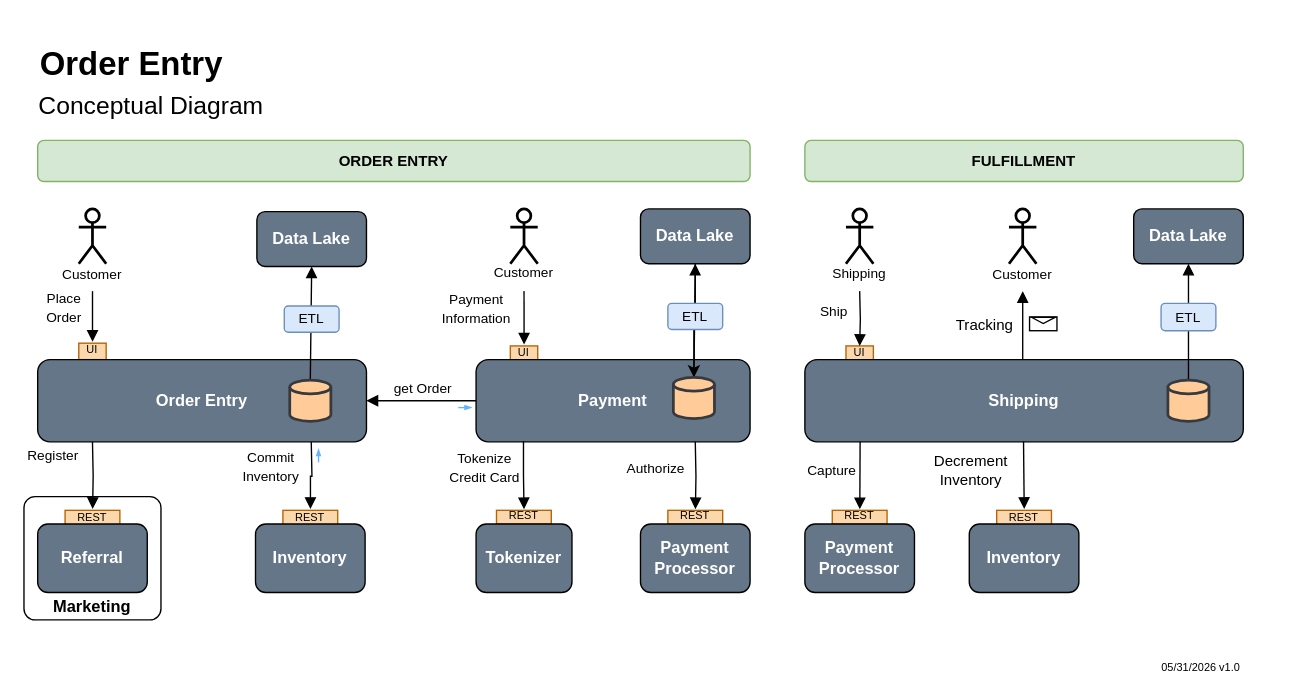
The draw.io diagram page "Order Entry" (5 of 6) of story telling.drawio in Hieronymu5/conceptual, before the edit. Source tidied: cells renumbered, new cells numbered last; positions are measured from the earlier drawing's top-left corner, leaving out a move shared by most shapes. Both pictures are drawn from the tidied source at 137%, with x=0, y=0 at pixel (23, 44).
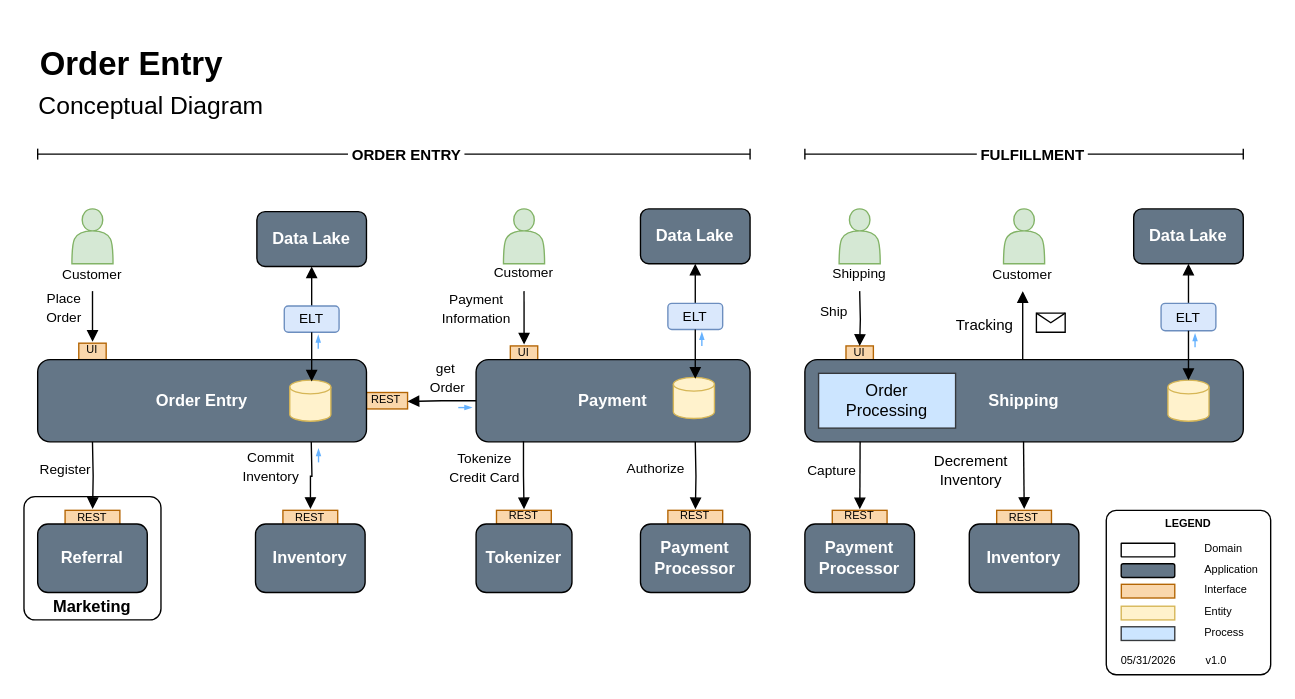
After the change.

The change refers to these unchanged cells:
```xml
<mxCell id="3" style="edgeStyle=orthogonalEdgeStyle;rounded=0;jettySize=auto;html=1;endArrow=block;endFill=1;entryX=0.5;entryY=0;entryDx=0;entryDy=0;" parent="1" edge="1" target="7">
  <mxGeometry relative="1" as="geometry">
    <mxPoint x="50" y="290" as="sourcePoint" />
  </mxGeometry>
</mxCell>
<mxCell id="27" value="&lt;b&gt;Order Entry&lt;/b&gt;" style="rounded=1;whiteSpace=wrap;html=1;fillColor=#647687;strokeColor=#000000;fontColor=#ffffff;glass=0;shadow=0;" parent="1" vertex="1">
  <mxGeometry x="10" y="230" width="240" height="60" as="geometry" />
</mxCell>
<mxCell id="28" value="&lt;b&gt;Payment&lt;/b&gt;" style="rounded=1;whiteSpace=wrap;html=1;fillColor=#647687;strokeColor=#000000;fontColor=#ffffff;glass=0;shadow=0;" parent="1" vertex="1">
  <mxGeometry x="330" y="230" width="200" height="60" as="geometry" />
</mxCell>
<mxCell id="72" value="&lt;b&gt;Data Lake&lt;/b&gt;" style="rounded=1;whiteSpace=wrap;html=1;fillColor=#647687;strokeColor=#000000;fontColor=#ffffff;glass=0;shadow=0;" parent="1" vertex="1">
  <mxGeometry x="810" y="120" width="80" height="40" as="geometry" />
</mxCell>
<mxCell id="75" value="&lt;b&gt;Data Lake&lt;/b&gt;" style="rounded=1;whiteSpace=wrap;html=1;fillColor=#647687;strokeColor=#000000;fontColor=#ffffff;glass=0;shadow=0;" parent="1" vertex="1">
  <mxGeometry x="170" y="122" width="80" height="40" as="geometry" />
</mxCell>
<mxCell id="87" value="&lt;b&gt;Data Lake&lt;/b&gt;" style="rounded=1;whiteSpace=wrap;html=1;fillColor=#647687;strokeColor=#000000;fontColor=#ffffff;glass=0;shadow=0;" parent="1" vertex="1">
  <mxGeometry x="450" y="120" width="80" height="40" as="geometry" />
</mxCell>
```

The edit, as a diff of the source:
```diff
@@
+    <mxCell id="94" style="group;" parent="1" vertex="1">
+      <mxGeometry x="249" y="253" width="31" height="13" as="geometry" />
+    </mxCell>
+    <mxCell id="95" style="rounded=0;whiteSpace=wrap;html=1;fillColor=#fad7ac;strokeColor=#b46504;" parent="94" vertex="1">
+      <mxGeometry x="1" y="1" width="30" height="12" as="geometry" />
+    </mxCell>
+    <mxCell id="96" value="&lt;font style=&quot;line-height: 100%; font-size: 8px;&quot;&gt;REST&lt;/font&gt;" style="text;html=1;whiteSpace=wrap;strokeColor=none;fillColor=none;align=center;verticalAlign=middle;rounded=0;" parent="94" vertex="1">
+      <mxGeometry width="31" height="10" as="geometry" />
+    </mxCell>
@@
     <mxCell id="4" value="&lt;font style=&quot;font-size: 10px;&quot;&gt;Register&lt;/font&gt;" style="edgeLabel;html=1;align=center;verticalAlign=middle;" parent="3" vertex="1">
       <mxGeometry x="0.19" y="-1" relative="1" as="geometry">
-        <mxPoint x="-29" y="-19" as="offset" />
+        <mxPoint x="-20" y="-9" as="offset" />
       </mxGeometry>
     </mxCell>
@@
-    <mxCell id="9" style="shape=umlActor;verticalLabelPosition=bottom;verticalAlign=top;html=1;strokeWidth=2;shadow=0;" parent="1" vertex="1">
-      <mxGeometry x="40" y="120" width="20" height="40" as="geometry" />
-    </mxCell>
@@
-    <mxCell id="21" style="shape=umlActor;verticalLabelPosition=bottom;verticalAlign=top;html=1;strokeWidth=2;shadow=0;" parent="1" vertex="1">
-      <mxGeometry x="355" y="120" width="20" height="40" as="geometry" />
-    </mxCell>
@@
-    <mxCell id="36" style="edgeStyle=orthogonalEdgeStyle;rounded=0;jettySize=auto;html=1;endArrow=block;endFill=1;entryX=1;entryY=0.5;entryDx=0;entryDy=0;exitX=0;exitY=0.5;exitDx=0;exitDy=0;" parent="1" edge="1" source="28" target="27">
+    <mxCell id="36" style="edgeStyle=orthogonalEdgeStyle;rounded=0;jettySize=auto;html=1;endArrow=block;endFill=1;entryX=1;entryY=0.75;entryDx=0;entryDy=0;exitX=0;exitY=0.5;exitDx=0;exitDy=0;" parent="1" edge="1" source="28" target="96">
       <mxGeometry relative="1" as="geometry" />
     </mxCell>
-    <mxCell id="37" value="&lt;span style=&quot;font-size: 10px;&quot;&gt;get Order&lt;/span&gt;" style="edgeLabel;html=1;align=center;verticalAlign=middle;" parent="36" vertex="1">
+    <mxCell id="37" value="&lt;span style=&quot;font-size: 10px;&quot;&gt;get&amp;nbsp;&lt;/span&gt;&lt;div&gt;&lt;span style=&quot;font-size: 10px;&quot;&gt;Order&lt;/span&gt;&lt;/div&gt;" style="edgeLabel;html=1;align=center;verticalAlign=middle;" parent="36" vertex="1">
       <mxGeometry x="0.19" y="-1" relative="1" as="geometry">
-        <mxPoint x="8" y="-9" as="offset" />
+        <mxPoint x="8" y="-17" as="offset" />
       </mxGeometry>
     </mxCell>
@@
-    <mxCell id="42" style="shape=umlActor;verticalLabelPosition=bottom;verticalAlign=top;html=1;strokeWidth=2;shadow=0;" parent="1" vertex="1">
-      <mxGeometry x="600" y="120" width="20" height="40" as="geometry" />
-    </mxCell>
@@
-    <mxCell id="44" style="shape=umlActor;verticalLabelPosition=bottom;verticalAlign=top;html=1;strokeWidth=2;shadow=0;" parent="1" vertex="1">
-      <mxGeometry x="719" y="120" width="20" height="40" as="geometry" />
-    </mxCell>
@@
-    <mxCell id="67" style="group;" parent="1" vertex="1">
-      <mxGeometry x="734" y="198.9" width="20" height="10" as="geometry" />
-    </mxCell>
-    <mxCell id="68" style="rounded=0;whiteSpace=wrap;html=1;strokeWidth=1;" parent="67" vertex="1">
-      <mxGeometry width="20" height="10" as="geometry" />
-    </mxCell>
-    <mxCell id="69" style="triangle;whiteSpace=wrap;html=1;strokeWidth=1;rotation=90;" parent="67" vertex="1">
-      <mxGeometry x="7.7" y="-6.1" width="4.6" height="17.2" as="geometry" />
-    </mxCell>
-    <mxCell id="70" value="&lt;b style=&quot;font-size: 11px; white-space: nowrap;&quot;&gt;ORDER ENTRY&lt;/b&gt;" style="rounded=1;whiteSpace=wrap;html=1;fillColor=#d5e8d4;strokeColor=#82b366;" parent="1" vertex="1">
-      <mxGeometry x="10" y="70" width="520" height="30" as="geometry" />
-    </mxCell>
-    <mxCell id="71" value="&lt;b style=&quot;font-size: 11px; white-space: nowrap;&quot;&gt;FULFILLMENT&lt;/b&gt;" style="rounded=1;whiteSpace=wrap;html=1;fillColor=#d5e8d4;strokeColor=#82b366;" parent="1" vertex="1">
-      <mxGeometry x="570" y="70" width="320" height="30" as="geometry" />
-    </mxCell>
@@
-    <mxCell id="73" style="endArrow=block;html=1;rounded=0;exitX=0.5;exitY=0;exitDx=0;exitDy=0;exitPerimeter=0;endFill=1;entryX=0.5;entryY=1;entryDx=0;entryDy=0;" parent="1" edge="1" source="79" target="72">
+    <mxCell id="73" style="endArrow=block;html=1;rounded=0;exitX=0.5;exitY=0;exitDx=0;exitDy=0;endFill=1;entryX=0.5;entryY=1;entryDx=0;entryDy=0;" parent="1" edge="1" source="74" target="72">
       <mxGeometry relative="1" as="geometry" />
     </mxCell>
-    <mxCell id="74" value="&lt;font style=&quot;font-size: 10px;&quot;&gt;ETL&lt;/font&gt;" style="rounded=1;whiteSpace=wrap;html=1;fillColor=#dae8fc;strokeColor=#6c8ebf;" parent="1" vertex="1">
+    <mxCell id="74" value="&lt;span style=&quot;font-size: 10px;&quot;&gt;ELT&lt;/span&gt;" style="rounded=1;whiteSpace=wrap;html=1;fillColor=#dae8fc;strokeColor=#6c8ebf;" parent="1" vertex="1">
       <mxGeometry x="830" y="188.9" width="40" height="20" as="geometry" />
     </mxCell>
@@
-    <mxCell id="76" style="endArrow=block;html=1;rounded=0;exitX=0.5;exitY=0;exitDx=0;exitDy=0;exitPerimeter=0;endFill=1;entryX=0.5;entryY=1;entryDx=0;entryDy=0;" parent="1" edge="1" source="78" target="75">
+    <mxCell id="76" style="endArrow=block;html=1;rounded=0;exitX=0.5;exitY=0;exitDx=0;exitDy=0;endFill=1;entryX=0.5;entryY=1;entryDx=0;entryDy=0;" parent="1" edge="1" source="77" target="75">
       <mxGeometry relative="1" as="geometry" />
     </mxCell>
-    <mxCell id="77" value="&lt;font style=&quot;font-size: 10px;&quot;&gt;ETL&lt;/font&gt;" style="rounded=1;whiteSpace=wrap;html=1;fillColor=#dae8fc;strokeColor=#6c8ebf;" parent="1" vertex="1">
+    <mxCell id="77" value="&lt;font style=&quot;font-size: 10px;&quot;&gt;ELT&lt;/font&gt;" style="rounded=1;whiteSpace=wrap;html=1;fillColor=#dae8fc;strokeColor=#6c8ebf;" parent="1" vertex="1">
       <mxGeometry x="190" y="190.9" width="40" height="19.1" as="geometry" />
     </mxCell>
-    <mxCell id="78" style="strokeWidth=2;html=1;shape=mxgraph.flowchart.database;whiteSpace=wrap;fillColor=#ffcc99;strokeColor=#36393d;" parent="1" vertex="1">
+    <mxCell id="78" style="strokeWidth=1;html=1;shape=mxgraph.flowchart.database;whiteSpace=wrap;fillColor=#fff2cc;strokeColor=#d6b656;gradientColor=none;" parent="1" vertex="1">
       <mxGeometry x="194" y="245" width="30" height="30" as="geometry" />
     </mxCell>
-    <mxCell id="79" style="strokeWidth=2;html=1;shape=mxgraph.flowchart.database;whiteSpace=wrap;fillColor=#ffcc99;strokeColor=#36393d;" parent="1" vertex="1">
+    <mxCell id="79" style="strokeWidth=1;html=1;shape=mxgraph.flowchart.database;whiteSpace=wrap;fillColor=#fff2cc;strokeColor=#d6b656;gradientColor=none;" parent="1" vertex="1">
       <mxGeometry x="835" y="245" width="30" height="30" as="geometry" />
     </mxCell>
@@
-    <mxCell id="86" style="edgeStyle=orthogonalEdgeStyle;rounded=0;jettySize=auto;html=1;" parent="1" edge="1" source="87" target="90">
-      <mxGeometry relative="1" as="geometry" />
-    </mxCell>
@@
-    <mxCell id="88" style="endArrow=block;html=1;rounded=0;exitX=0.5;exitY=0;exitDx=0;exitDy=0;exitPerimeter=0;endFill=1;entryX=0.5;entryY=1;entryDx=0;entryDy=0;" parent="1" edge="1" source="90" target="87">
+    <mxCell id="88" style="endArrow=block;html=1;rounded=0;exitX=0.5;exitY=0;exitDx=0;exitDy=0;endFill=1;entryX=0.5;entryY=1;entryDx=0;entryDy=0;" parent="1" edge="1" source="89" target="87">
       <mxGeometry relative="1" as="geometry" />
     </mxCell>
-    <mxCell id="89" value="&lt;font style=&quot;font-size: 10px;&quot;&gt;ETL&lt;/font&gt;" style="rounded=1;whiteSpace=wrap;html=1;fillColor=#dae8fc;strokeColor=#6c8ebf;" parent="1" vertex="1">
+    <mxCell id="89" value="&lt;span style=&quot;font-size: 10px;&quot;&gt;ELT&lt;/span&gt;" style="rounded=1;whiteSpace=wrap;html=1;fillColor=#dae8fc;strokeColor=#6c8ebf;" parent="1" vertex="1">
       <mxGeometry x="470" y="188.9" width="40" height="19.1" as="geometry" />
     </mxCell>
-    <mxCell id="90" style="strokeWidth=2;html=1;shape=mxgraph.flowchart.database;whiteSpace=wrap;fillColor=#ffcc99;strokeColor=#36393d;" parent="1" vertex="1">
+    <mxCell id="90" style="strokeWidth=1;html=1;shape=mxgraph.flowchart.database;whiteSpace=wrap;fillColor=#fff2cc;strokeColor=#d6b656;gradientColor=none;" parent="1" vertex="1">
       <mxGeometry x="474" y="243" width="30" height="30" as="geometry" />
     </mxCell>
@@
-    <mxCell id="93" value="05/31/2026 v1.0" style="text;html=1;whiteSpace=wrap;strokeColor=none;fillColor=none;align=right;verticalAlign=middle;rounded=0;fontSize=8;" parent="1" vertex="1">
-      <mxGeometry x="820" y="450" width="70" height="10" as="geometry" />
-    </mxCell>
+    <mxCell id="97" value="&lt;div&gt;Order&lt;/div&gt;Processing" style="rounded=0;whiteSpace=wrap;html=1;fillColor=#cce5ff;strokeColor=#36393d;" parent="1" vertex="1">
+      <mxGeometry x="580" y="240" width="100" height="40" as="geometry" />
+    </mxCell>
+    <mxCell id="98" style="endArrow=block;html=1;rounded=0;exitX=0.5;exitY=1;exitDx=0;exitDy=0;endFill=1;entryX=0.5;entryY=0;entryDx=0;entryDy=0;entryPerimeter=0;" parent="1" edge="1" source="74" target="79">
+      <mxGeometry relative="1" as="geometry" />
+    </mxCell>
+    <mxCell id="99" style="endArrow=blockThin;html=1;rounded=0;endFill=1;endSize=3;strokeColor=#66B2FF;" parent="1" edge="1">
+      <mxGeometry relative="1" as="geometry">
+        <mxPoint x="854.8" y="221" as="sourcePoint" />
+        <mxPoint x="854.8" y="211" as="targetPoint" />
+      </mxGeometry>
+    </mxCell>
+    <mxCell id="100" style="endArrow=block;html=1;rounded=0;exitX=0.5;exitY=1;exitDx=0;exitDy=0;endFill=1;entryX=0.5;entryY=0;entryDx=0;entryDy=0;entryPerimeter=0;" parent="1" edge="1">
+      <mxGeometry relative="1" as="geometry">
+        <mxPoint x="490" y="208" as="sourcePoint" />
+        <mxPoint x="490" y="244" as="targetPoint" />
+      </mxGeometry>
+    </mxCell>
+    <mxCell id="101" style="endArrow=blockThin;html=1;rounded=0;endFill=1;endSize=3;strokeColor=#66B2FF;" parent="1" edge="1">
+      <mxGeometry relative="1" as="geometry">
+        <mxPoint x="494.8" y="220" as="sourcePoint" />
+        <mxPoint x="494.8" y="210" as="targetPoint" />
+      </mxGeometry>
+    </mxCell>
+    <mxCell id="102" style="endArrow=block;html=1;rounded=0;exitX=0.5;exitY=1;exitDx=0;exitDy=0;endFill=1;entryX=0.5;entryY=0;entryDx=0;entryDy=0;entryPerimeter=0;" parent="1" edge="1">
+      <mxGeometry relative="1" as="geometry">
+        <mxPoint x="210" y="210" as="sourcePoint" />
+        <mxPoint x="210" y="246" as="targetPoint" />
+      </mxGeometry>
+    </mxCell>
+    <mxCell id="103" style="endArrow=blockThin;html=1;rounded=0;endFill=1;endSize=3;strokeColor=#66B2FF;" parent="1" edge="1">
+      <mxGeometry relative="1" as="geometry">
+        <mxPoint x="214.8" y="222" as="sourcePoint" />
+        <mxPoint x="214.8" y="212" as="targetPoint" />
+      </mxGeometry>
+    </mxCell>
+    <mxCell id="104" style="group;" parent="1" vertex="1">
+      <mxGeometry x="790" y="340" width="120" height="120" as="geometry" />
+    </mxCell>
+    <mxCell id="105" style="whiteSpace=wrap;html=1;rounded=1;glass=0;shadow=0;arcSize=6;fillColor=none;" parent="104" vertex="1">
+      <mxGeometry width="120" height="120" as="geometry" />
+    </mxCell>
+    <mxCell id="106" value="&lt;div style=&quot;&quot;&gt;&lt;span style=&quot;text-align: right;&quot;&gt;05/31/2026&lt;/span&gt;&lt;/div&gt;" style="text;html=1;whiteSpace=wrap;strokeColor=none;fillColor=none;align=left;verticalAlign=middle;rounded=0;fontSize=8;" parent="104" vertex="1">
+      <mxGeometry x="8.9" y="105" width="54.5" height="10" as="geometry" />
+    </mxCell>
+    <mxCell id="107" style="rounded=0;whiteSpace=wrap;html=1;fillColor=#cce5ff;strokeColor=#36393d;" parent="104" vertex="1">
+      <mxGeometry x="10.9" y="85" width="39.1" height="10" as="geometry" />
+    </mxCell>
+    <mxCell id="108" style="rounded=0;whiteSpace=wrap;html=1;fillColor=#fff2cc;strokeColor=#d6b656;gradientColor=none;" parent="104" vertex="1">
+      <mxGeometry x="10.9" y="70" width="39.1" height="10" as="geometry" />
+    </mxCell>
+    <mxCell id="109" style="rounded=1;whiteSpace=wrap;html=1;fillColor=#647687;strokeColor=#000000;fontColor=#ffffff;glass=0;shadow=0;" parent="104" vertex="1">
+      <mxGeometry x="10.9" y="39" width="39.1" height="10" as="geometry" />
+    </mxCell>
+    <mxCell id="110" style="rounded=1;whiteSpace=wrap;html=1;verticalAlign=bottom;arcSize=3;fillColor=none;" parent="104" vertex="1">
+      <mxGeometry x="10.9" y="24" width="39.1" height="10" as="geometry" />
+    </mxCell>
+    <mxCell id="111" value="&lt;span style=&quot;font-size: 8px;&quot;&gt;Domain&lt;/span&gt;" style="text;html=1;whiteSpace=wrap;strokeColor=none;fillColor=none;align=left;verticalAlign=middle;rounded=0;" parent="104" vertex="1">
+      <mxGeometry x="69.5" y="22" width="43.6" height="10" as="geometry" />
+    </mxCell>
+    <mxCell id="112" value="&lt;span style=&quot;font-size: 8px;&quot;&gt;Application&lt;/span&gt;" style="text;html=1;whiteSpace=wrap;strokeColor=none;fillColor=none;align=left;verticalAlign=middle;rounded=0;" parent="104" vertex="1">
+      <mxGeometry x="69.5" y="37" width="43.6" height="10" as="geometry" />
+    </mxCell>
+    <mxCell id="113" value="&lt;span style=&quot;font-size: 8px;&quot;&gt;Entity&lt;/span&gt;" style="text;html=1;whiteSpace=wrap;strokeColor=none;fillColor=none;align=left;verticalAlign=middle;rounded=0;" parent="104" vertex="1">
+      <mxGeometry x="69.5" y="68" width="43.6" height="10" as="geometry" />
+    </mxCell>
+    <mxCell id="114" value="&lt;span style=&quot;font-size: 8px;&quot;&gt;Process&lt;/span&gt;" style="text;html=1;whiteSpace=wrap;strokeColor=none;fillColor=none;align=left;verticalAlign=middle;rounded=0;" parent="104" vertex="1">
+      <mxGeometry x="69.5" y="83" width="43.6" height="10" as="geometry" />
+    </mxCell>
+    <mxCell id="115" value="&lt;span&gt;&lt;b&gt;LEGEND&lt;/b&gt;&lt;/span&gt;" style="text;html=1;whiteSpace=wrap;strokeColor=none;fillColor=none;align=center;verticalAlign=middle;rounded=0;fontSize=8;" parent="104" vertex="1">
+      <mxGeometry x="40" y="5" width="40" height="10" as="geometry" />
+    </mxCell>
+    <mxCell id="116" value="&lt;span style=&quot;text-align: right;&quot;&gt;v1.0&lt;/span&gt;" style="text;html=1;whiteSpace=wrap;strokeColor=none;fillColor=none;align=left;verticalAlign=middle;rounded=0;fontSize=8;" parent="104" vertex="1">
+      <mxGeometry x="70.5" y="105" width="34.5" height="10" as="geometry" />
+    </mxCell>
+    <mxCell id="117" value="&lt;span style=&quot;font-size: 8px;&quot;&gt;Interface&lt;/span&gt;" style="text;html=1;whiteSpace=wrap;strokeColor=none;fillColor=none;align=left;verticalAlign=middle;rounded=0;" parent="104" vertex="1">
+      <mxGeometry x="69.5" y="52" width="43.6" height="10" as="geometry" />
+    </mxCell>
+    <mxCell id="118" style="rounded=0;whiteSpace=wrap;html=1;fillColor=#fad7ac;strokeColor=#b46504;" parent="104" vertex="1">
+      <mxGeometry x="11" y="54" width="39" height="10" as="geometry" />
+    </mxCell>
+    <mxCell id="119" style="shape=message;html=1;html=1;labelPosition=center;verticalLabelPosition=bottom;align=center;verticalAlign=top;" parent="1" vertex="1">
+      <mxGeometry x="739" y="196.1" width="21" height="13.9" as="geometry" />
+    </mxCell>
+    <mxCell id="120" style="shape=actor;whiteSpace=wrap;html=1;fillColor=#d5e8d4;strokeColor=#82b366;" parent="1" vertex="1">
+      <mxGeometry x="35" y="120" width="30" height="40" as="geometry" />
+    </mxCell>
+    <mxCell id="121" style="shape=actor;whiteSpace=wrap;html=1;fillColor=#d5e8d4;strokeColor=#82b366;" parent="1" vertex="1">
+      <mxGeometry x="350" y="120" width="30" height="40" as="geometry" />
+    </mxCell>
+    <mxCell id="122" style="shape=actor;whiteSpace=wrap;html=1;fillColor=#d5e8d4;strokeColor=#82b366;" parent="1" vertex="1">
+      <mxGeometry x="595" y="120" width="30" height="40" as="geometry" />
+    </mxCell>
+    <mxCell id="123" style="shape=actor;whiteSpace=wrap;html=1;fillColor=#d5e8d4;strokeColor=#82b366;" parent="1" vertex="1">
+      <mxGeometry x="715" y="120" width="30" height="40" as="geometry" />
+    </mxCell>
+    <mxCell id="124" style="endArrow=baseDash;startArrow=baseDash;html=1;rounded=0;endFill=0;startFill=0;" parent="1" edge="1">
+      <mxGeometry relative="1" as="geometry">
+        <mxPoint x="10" y="80" as="sourcePoint" />
+        <mxPoint x="530" y="80" as="targetPoint" />
+      </mxGeometry>
+    </mxCell>
+    <mxCell id="70" value="&lt;b&gt;&amp;nbsp;ORDER ENTRY&amp;nbsp;&lt;/b&gt;" style="edgeLabel;html=1;align=center;verticalAlign=middle;" parent="124" vertex="1">
+      <mxGeometry x="0.03" y="2" relative="1" as="geometry">
+        <mxPoint y="2" as="offset" />
+      </mxGeometry>
+    </mxCell>
+    <mxCell id="125" style="endArrow=baseDash;startArrow=baseDash;html=1;rounded=0;endFill=0;startFill=0;" parent="1" edge="1">
+      <mxGeometry relative="1" as="geometry">
+        <mxPoint x="570" y="80" as="sourcePoint" />
+        <mxPoint x="890" y="80" as="targetPoint" />
+      </mxGeometry>
+    </mxCell>
+    <mxCell id="71" value="&lt;b&gt;&amp;nbsp;FULFILLMENT&amp;nbsp;&lt;/b&gt;" style="edgeLabel;html=1;align=center;verticalAlign=middle;" parent="125" vertex="1">
+      <mxGeometry x="0.03" y="2" relative="1" as="geometry">
+        <mxPoint y="2" as="offset" />
+      </mxGeometry>
+    </mxCell>
```
